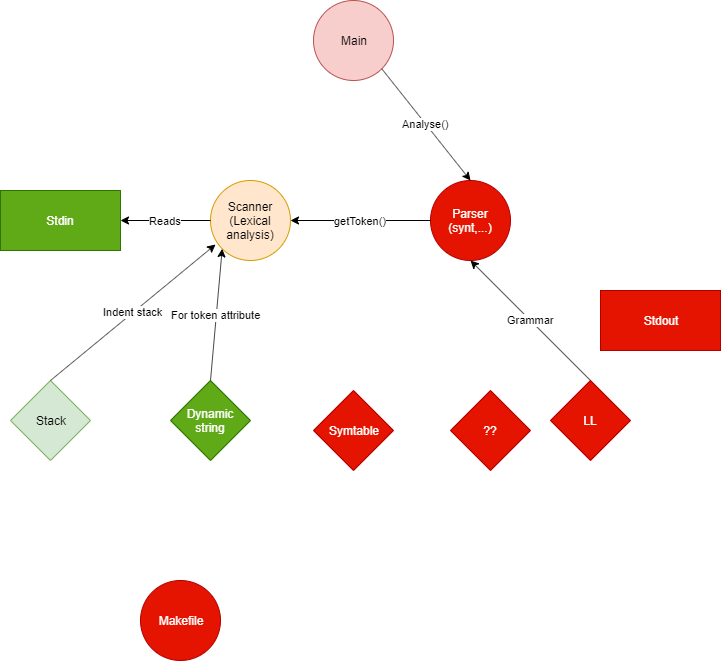
Before: Map.PNG, a diagram exported from draw.io (Jetlebovec/IFJ_2019_JJJJ). Source tidied: cells renumbered, new cells last; positions are measured from the earlier drawing's top-left corner, leaving out a move shared by most shapes. Its diagram source:
```xml
<mxGraphModel>
  <root>
    <mxCell id="0" />
    <mxCell id="1" parent="0" />
    <mxCell id="2" value="Main" style="ellipse;whiteSpace=wrap;html=1;fillColor=#f8cecc;strokeColor=#b85450;" parent="1" vertex="1">
      <mxGeometry x="313" width="80" height="80" as="geometry" />
    </mxCell>
    <mxCell id="3" value="Scanner&lt;br&gt;(Lexical analysis)" style="ellipse;whiteSpace=wrap;html=1;fillColor=#ffe6cc;strokeColor=#d79b00;" parent="1" vertex="1">
      <mxGeometry x="210" y="180" width="80" height="80" as="geometry" />
    </mxCell>
    <mxCell id="4" value="Parser&lt;br&gt;(synt,...)" style="ellipse;whiteSpace=wrap;html=1;fillColor=#e51400;strokeColor=#B20000;fontColor=#ffffff;" parent="1" vertex="1">
      <mxGeometry x="430" y="180" width="80" height="80" as="geometry" />
    </mxCell>
    <mxCell id="5" value="Stdin" style="rounded=0;whiteSpace=wrap;html=1;fillColor=#60a917;strokeColor=#2D7600;fontColor=#ffffff;" parent="1" vertex="1">
      <mxGeometry y="190" width="120" height="60" as="geometry" />
    </mxCell>
    <mxCell id="6" value="Analyse()" style="endArrow=classic;html=1;entryX=0.5;entryY=0;entryDx=0;entryDy=0;exitX=1;exitY=1;exitDx=0;exitDy=0;" parent="1" edge="1" source="2" target="4">
      <mxGeometry relative="1" as="geometry" />
    </mxCell>
    <mxCell id="7" value="getToken()" style="endArrow=classic;html=1;entryX=1;entryY=0.5;entryDx=0;entryDy=0;exitX=0;exitY=0.5;exitDx=0;exitDy=0;" parent="1" edge="1" source="4" target="3">
      <mxGeometry relative="1" as="geometry" />
    </mxCell>
    <mxCell id="8" value="Reads" style="endArrow=classic;html=1;exitX=0;exitY=0.5;exitDx=0;exitDy=0;entryX=1;entryY=0.5;entryDx=0;entryDy=0;" parent="1" edge="1" source="3" target="5">
      <mxGeometry relative="1" as="geometry" />
    </mxCell>
    <mxCell id="9" value="Dynamic string" style="rhombus;whiteSpace=wrap;html=1;fillColor=#60a917;strokeColor=#2D7600;fontColor=#ffffff;" parent="1" vertex="1">
      <mxGeometry x="170" y="380" width="80" height="80" as="geometry" />
    </mxCell>
    <mxCell id="10" value="For token attribute" style="endArrow=classic;html=1;entryX=0;entryY=1;entryDx=0;entryDy=0;exitX=0.5;exitY=0;exitDx=0;exitDy=0;" parent="1" edge="1" source="9" target="3">
      <mxGeometry relative="1" as="geometry" />
    </mxCell>
    <mxCell id="11" value="Symtable" style="rhombus;whiteSpace=wrap;html=1;fillColor=#e51400;strokeColor=#B20000;fontColor=#ffffff;" parent="1" vertex="1">
      <mxGeometry x="313" y="390" width="80" height="80" as="geometry" />
    </mxCell>
    <mxCell id="12" value="Stack" style="rhombus;whiteSpace=wrap;html=1;fillColor=#d5e8d4;strokeColor=#82b366;" parent="1" vertex="1">
      <mxGeometry x="10" y="380" width="80" height="80" as="geometry" />
    </mxCell>
    <mxCell id="13" value="Indent stack&lt;br&gt;" style="endArrow=classic;html=1;entryX=0.063;entryY=0.8;entryDx=0;entryDy=0;entryPerimeter=0;exitX=0.5;exitY=0;exitDx=0;exitDy=0;" parent="1" edge="1" source="12" target="3">
      <mxGeometry relative="1" as="geometry" />
    </mxCell>
    <mxCell id="14" value="Makefile" style="ellipse;whiteSpace=wrap;html=1;fillColor=#e51400;strokeColor=#B20000;fontColor=#ffffff;" parent="1" vertex="1">
      <mxGeometry x="140" y="580" width="80" height="80" as="geometry" />
    </mxCell>
    <mxCell id="15" value="??" style="rhombus;whiteSpace=wrap;html=1;fillColor=#e51400;strokeColor=#B20000;fontColor=#ffffff;" parent="1" vertex="1">
      <mxGeometry x="450" y="390" width="80" height="80" as="geometry" />
    </mxCell>
    <mxCell id="16" value="Stdout" style="rounded=0;whiteSpace=wrap;html=1;fillColor=#e51400;strokeColor=#B20000;fontColor=#ffffff;" parent="1" vertex="1">
      <mxGeometry x="600" y="290" width="120" height="60" as="geometry" />
    </mxCell>
    <mxCell id="17" value="LL" style="rhombus;whiteSpace=wrap;html=1;fillColor=#e51400;strokeColor=#B20000;fontColor=#ffffff;" parent="1" vertex="1">
      <mxGeometry x="550" y="380" width="80" height="80" as="geometry" />
    </mxCell>
    <mxCell id="18" value="Grammar" style="endArrow=classic;html=1;entryX=0.5;entryY=1;entryDx=0;entryDy=0;exitX=0.5;exitY=0;exitDx=0;exitDy=0;" parent="1" edge="1" source="17" target="4">
      <mxGeometry relative="1" as="geometry" />
    </mxCell>
  </root>
</mxGraphModel>
```
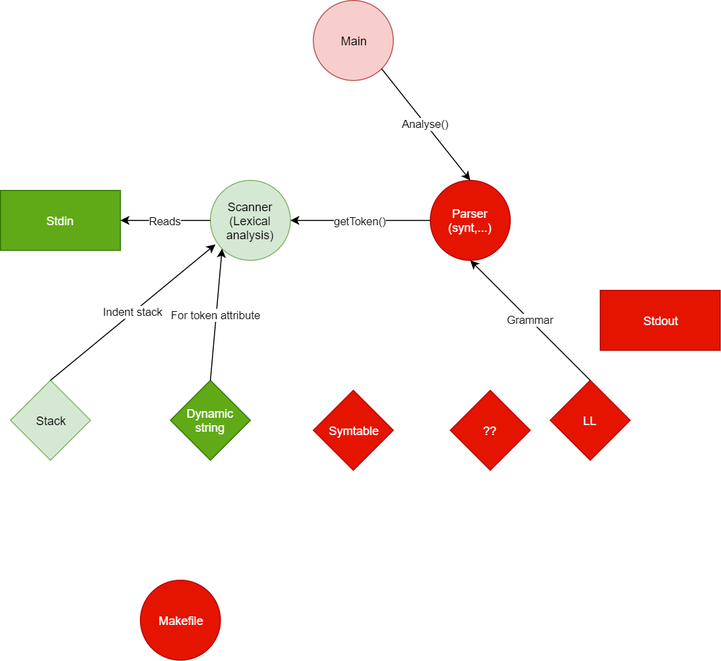
The same file after the commit.

Commit message:
Implementation of the main part of the lexical analysis

The edit, as a diff of the source:
```diff
@@ -5,7 +5,7 @@
     <mxCell id="2" value="Main" style="ellipse;whiteSpace=wrap;html=1;fillColor=#f8cecc;strokeColor=#b85450;" parent="1" vertex="1">
       <mxGeometry x="313" width="80" height="80" as="geometry" />
     </mxCell>
-    <mxCell id="3" value="Scanner&lt;br&gt;(Lexical analysis)" style="ellipse;whiteSpace=wrap;html=1;fillColor=#ffe6cc;strokeColor=#d79b00;" parent="1" vertex="1">
+    <mxCell id="3" value="Scanner&lt;br&gt;(Lexical analysis)" style="ellipse;whiteSpace=wrap;html=1;fillColor=#d5e8d4;strokeColor=#82b366;" parent="1" vertex="1">
       <mxGeometry x="210" y="180" width="80" height="80" as="geometry" />
     </mxCell>
     <mxCell id="4" value="Parser&lt;br&gt;(synt,...)" style="ellipse;whiteSpace=wrap;html=1;fillColor=#e51400;strokeColor=#B20000;fontColor=#ffffff;" parent="1" vertex="1">
```
